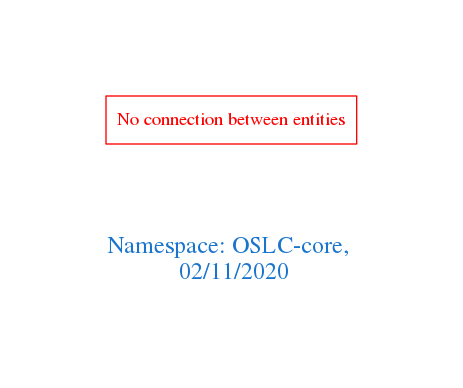
arago/OGIT keeps this Graphviz diagram as downloads/OSLC-core.png. Above is the earlier version. Its source is kept beside it as downloads/OSLC-core.dot.
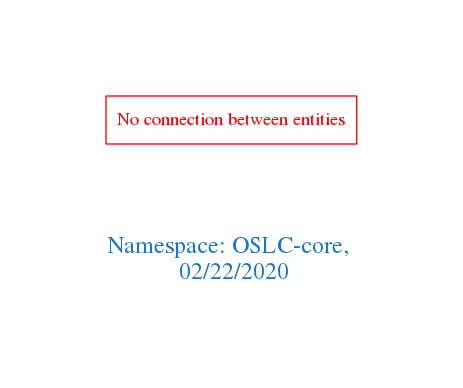
The same file after the commit.

Change to the diagram source:
```diff
@@ -1,7 +1,7 @@
 digraph OGIT_ontology {
  graph [ rankdir= LR,pad=1
 fontsize = 18,
-fontcolor= dodgerblue3,label = "\n\n\nNamespace: OSLC-core, \n 02/11/2020"];
+fontcolor= dodgerblue3,label = "\n\n\nNamespace: OSLC-core, \n 02/22/2020"];
 node[shape=polygon];
 edge [  color="gray81"];
 
```
